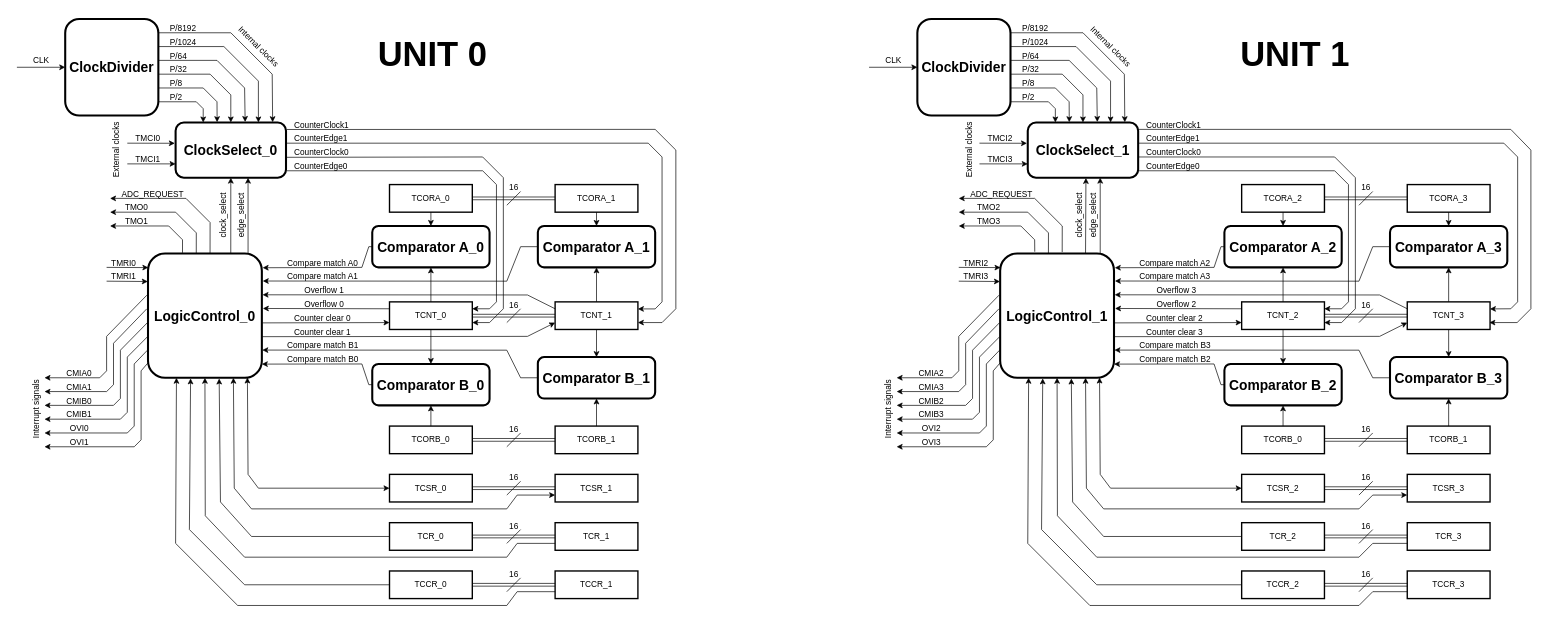
Before: 8bit_Timer.drawio in phat-tech123/8-bit-Timer, a draw.io diagram. Source tidied: cells renumbered, new cells numbered last; positions are measured from the earlier drawing's top-left corner, leaving out a move shared by most shapes. Both pictures are drawn from the tidied source at 69%, with x=0, y=0 at pixel (-1, 12).
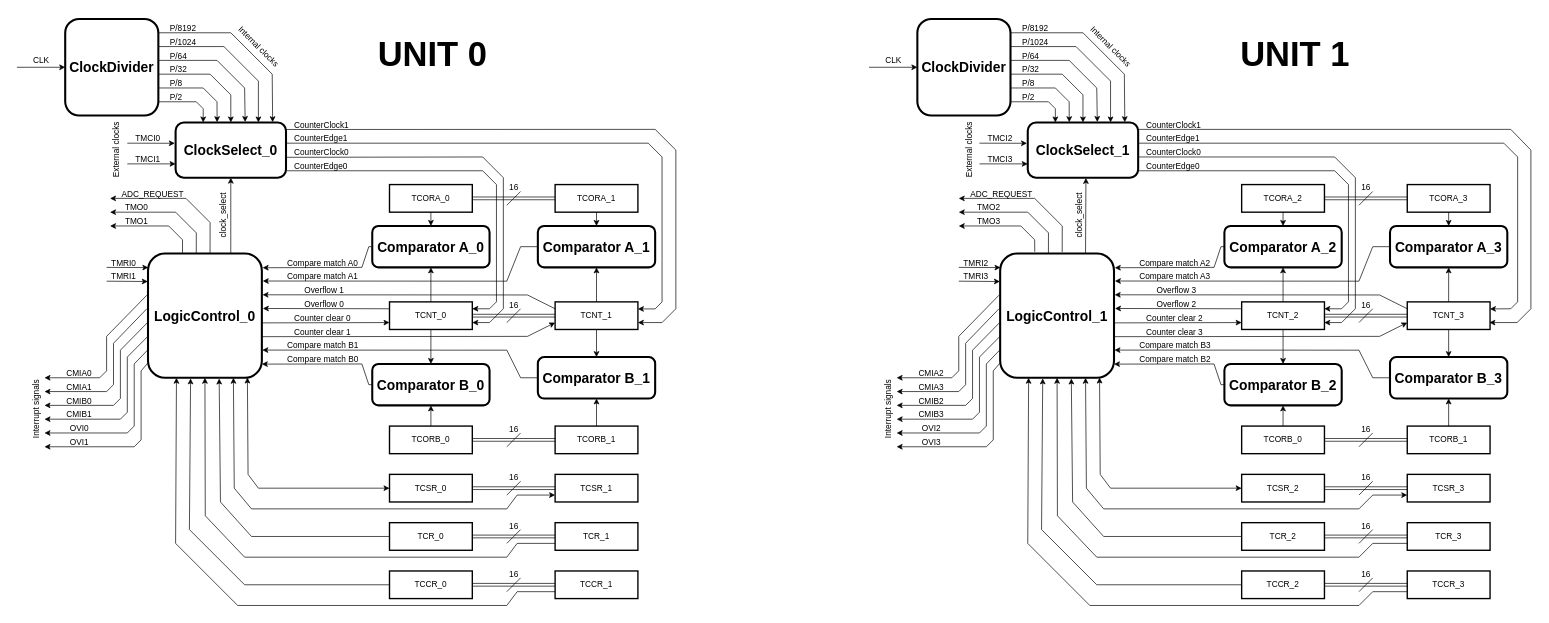
After the change.

The change refers to these unchanged cells:
```xml
<mxCell id="3" value="&lt;font style=&quot;font-size: 20px;&quot;&gt;LogicControl_0&lt;/font&gt;" style="rounded=1;whiteSpace=wrap;html=1;strokeWidth=3;fontStyle=1;" parent="1" vertex="1">
  <mxGeometry x="215" y="350" width="165" height="180" as="geometry" />
</mxCell>
```

Change to the diagram source:
```diff
@@
-    <mxCell id="222" style="endArrow=classic;html=1;rounded=0;exitX=0.879;exitY=0;exitDx=0;exitDy=0;exitPerimeter=0;" parent="1" edge="1" source="3">
-      <mxGeometry relative="1" as="geometry">
-        <mxPoint x="360" y="240" as="targetPoint" />
-      </mxGeometry>
-    </mxCell>
-    <mxCell id="223" value="edge_select" style="text;html=1;align=center;verticalAlign=middle;strokeColor=none;fillColor=none;rotation=-90;" parent="1" vertex="1">
-      <mxGeometry x="305" y="280" width="90" height="30" as="geometry" />
-    </mxCell>
-    <mxCell id="224" style="endArrow=classic;html=1;rounded=0;exitX=0.879;exitY=0;exitDx=0;exitDy=0;exitPerimeter=0;" parent="1" edge="1">
-      <mxGeometry relative="1" as="geometry">
-        <mxPoint x="1595" y="350" as="sourcePoint" />
-        <mxPoint x="1595" y="240" as="targetPoint" />
-      </mxGeometry>
-    </mxCell>
-    <mxCell id="225" value="edge_select" style="text;html=1;align=center;verticalAlign=middle;strokeColor=none;fillColor=none;rotation=-90;" parent="1" vertex="1">
-      <mxGeometry x="1540" y="280" width="90" height="30" as="geometry" />
-    </mxCell>
```
